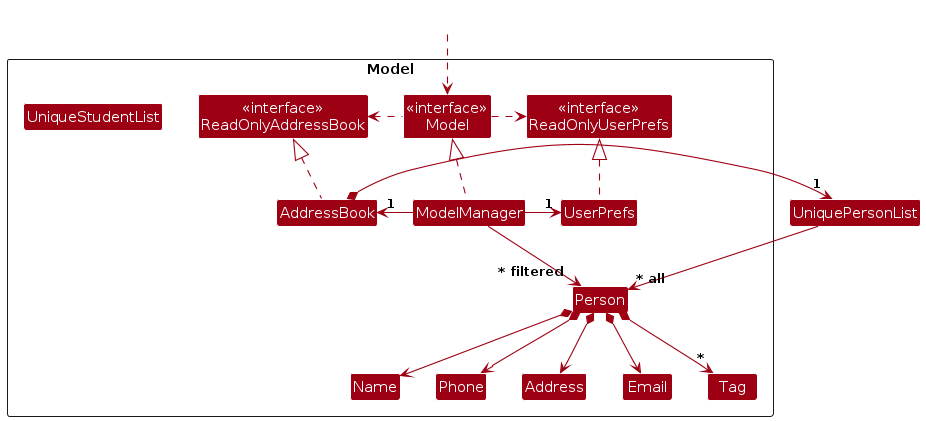
Before: diagrams/ModelClassDiagram.png, a diagram exported from PlantUML (Soumyadip-cmd/tp). Its source is kept beside it as diagrams/ModelClassDiagram.puml. Source of this version:
```plantuml
@startuml
!include style.puml
skinparam arrowThickness 1.1
skinparam arrowColor MODEL_COLOR
skinparam classBackgroundColor MODEL_COLOR

Package Model as ModelPackage <<Rectangle>>{
Class "<<interface>>\nReadOnlyAddressBook" as ReadOnlyAddressBook
Class "<<interface>>\nReadOnlyUserPrefs" as ReadOnlyUserPrefs
Class "<<interface>>\nModel" as Model
Class AddressBook
Class ModelManager
Class UserPrefs

Class UniqueStudentList
Class Person
Class Address
Class Email
Class Name
Class Phone
Class Tag

Class I #FFFFFF
}

Class HiddenOutside #FFFFFF
HiddenOutside ..> Model

AddressBook .up.|> ReadOnlyAddressBook

ModelManager .up.|> Model
Model .right.> ReadOnlyUserPrefs
Model .left.> ReadOnlyAddressBook
ModelManager -left-> "1" AddressBook
ModelManager -right-> "1" UserPrefs
UserPrefs .up.|> ReadOnlyUserPrefs

AddressBook *--> "1" UniquePersonList
UniquePersonList --> "~* all" Person
Person *--> Name
Person *--> Phone
Person *--> Email
Person *--> Address
Person *--> "*" Tag

Person -[hidden]up--> I
UniquePersonList -[hidden]right-> I

Name -[hidden]right-> Phone
Phone -[hidden]right-> Address
Address -[hidden]right-> Email

ModelManager --> "~* filtered" Person
@enduml
```
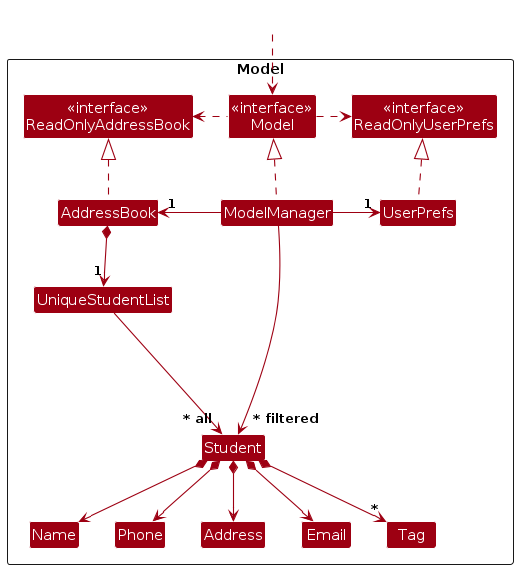
After the commit.

The edit, as a diff of the source:
```diff
@@ -13,7 +13,7 @@
 Class UserPrefs
 
 Class UniqueStudentList
-Class Person
+Class Student
 Class Address
 Class Email
 Class Name
@@ -35,20 +35,20 @@
 ModelManager -right-> "1" UserPrefs
 UserPrefs .up.|> ReadOnlyUserPrefs
 
-AddressBook *--> "1" UniquePersonList
-UniquePersonList --> "~* all" Person
-Person *--> Name
-Person *--> Phone
-Person *--> Email
-Person *--> Address
-Person *--> "*" Tag
+AddressBook *--> "1" UniqueStudentList
+UniqueStudentList --> "~* all" Student
+Student *--> Name
+Student *--> Phone
+Student *--> Email
+Student *--> Address
+Student *--> "*" Tag
 
-Person -[hidden]up--> I
-UniquePersonList -[hidden]right-> I
+Student -[hidden]up--> I
+UniqueStudentList -[hidden]right-> I
 
 Name -[hidden]right-> Phone
 Phone -[hidden]right-> Address
 Address -[hidden]right-> Email
 
-ModelManager --> "~* filtered" Person
+ModelManager --> "~* filtered" Student
 @enduml
```
